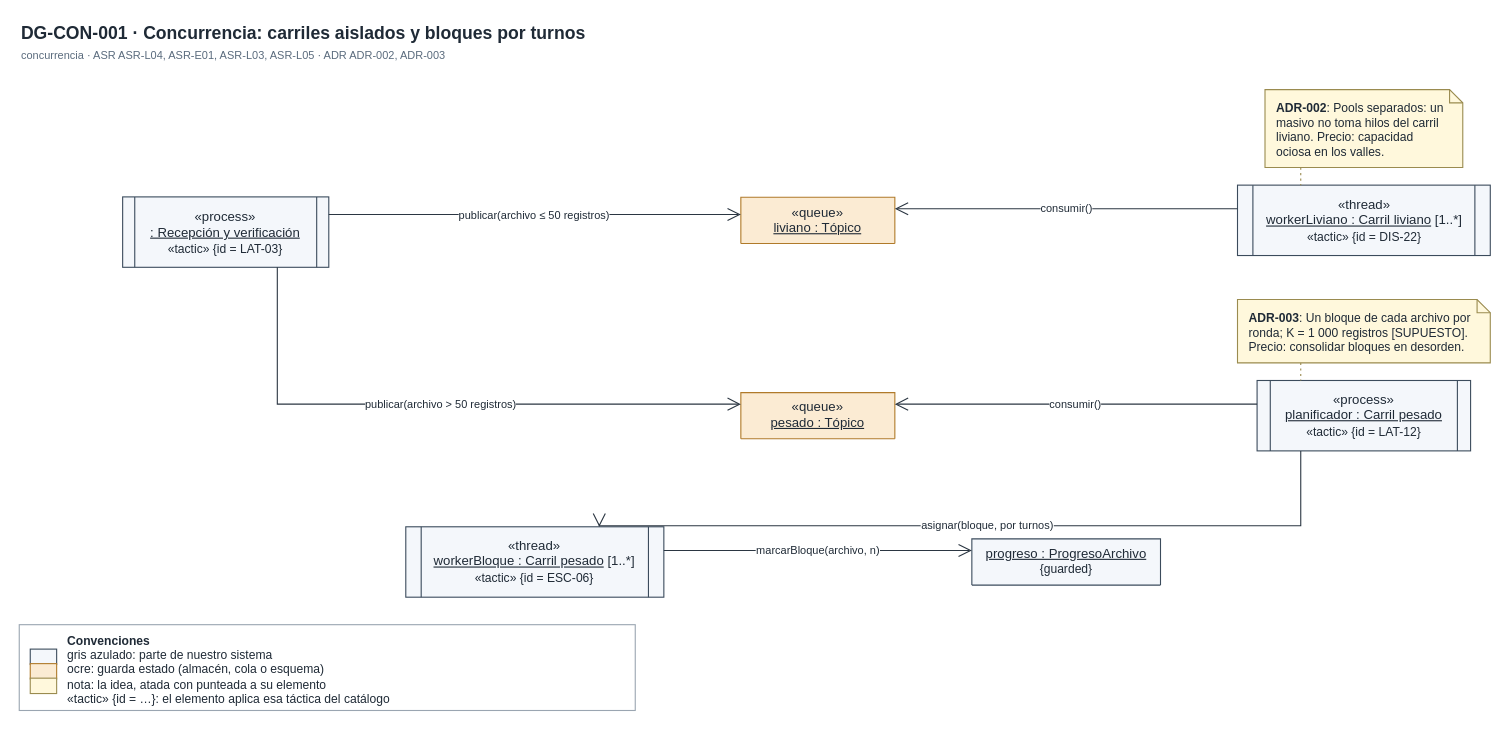
Earlier version of the draw.io diagram page "DG-CON-001 · Carriles y bloques" (4 of 26) of docs/modelos/drawio/orquidea.drawio (MATI-MBIT/arqsoft-reto-4). Source tidied: cells renumbered, new cells numbered last; positions are measured from the earlier drawing's top-left corner, leaving out a move shared by most shapes. Both pictures are drawn from the tidied source at 110%, with x=0, y=0 at pixel (19, 19).
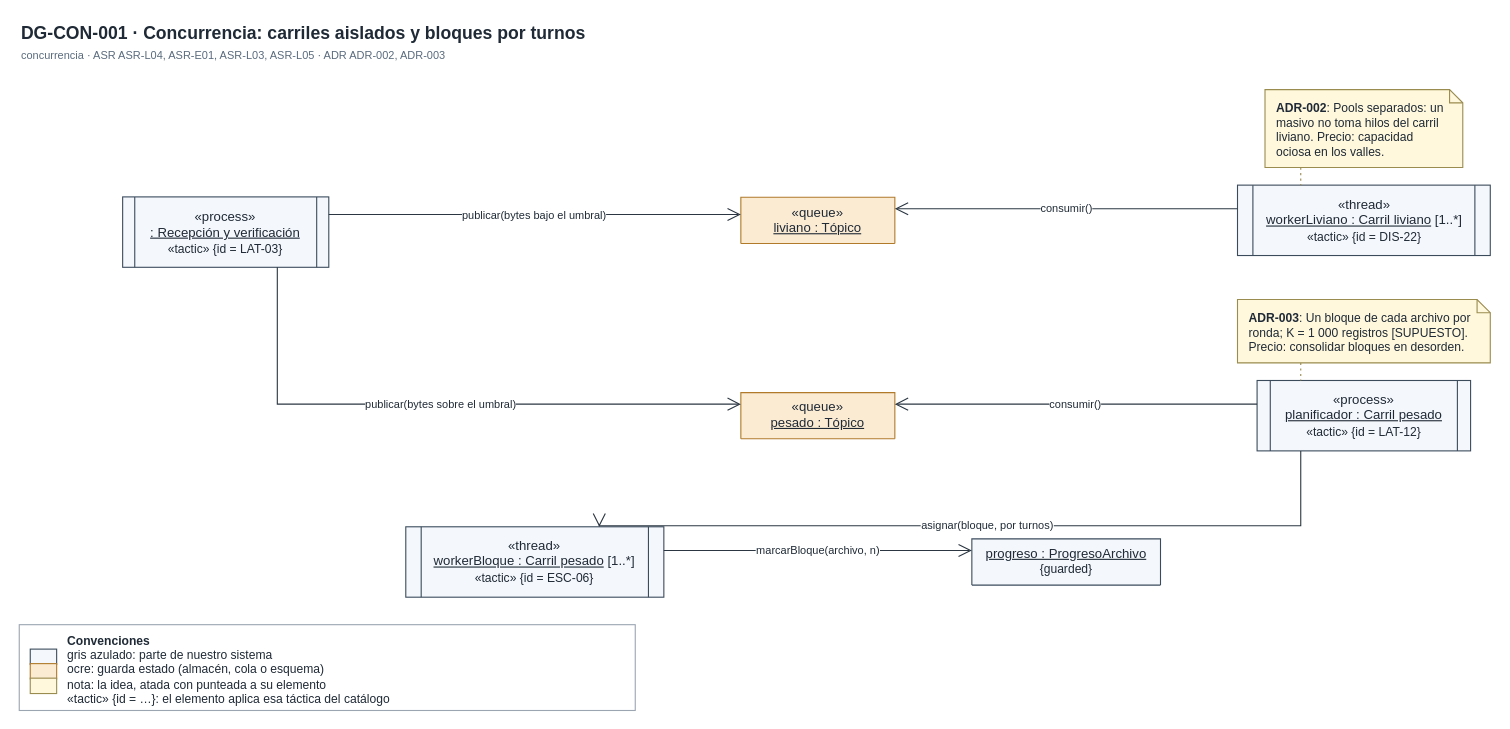
The same diagram, later.

The change refers to these unchanged cells:
```xml
<mxCell id="4" value="«process»&lt;br&gt;&lt;u&gt;: Recepción y verificación&lt;/u&gt;&lt;br&gt;&lt;font style=&quot;font-size:11px&quot;&gt;«tactic» {id = LAT-03}&lt;/font&gt;" style="shape=process;whiteSpace=wrap;html=1;backgroundOutline=1;size=0.06;fontSize=12;estereotipo=process;fillColor=#F4F7FB;strokeColor=#3B4B5C;fila=T1;fontColor=#1F2A36;capa=0;" parent="1" vertex="1">
  <mxGeometry x="94" y="161.5" width="187.4" height="64" as="geometry" />
</mxCell>
<mxCell id="5" value="«queue»&lt;br&gt;&lt;u&gt;liviano : Tópico&lt;/u&gt;" style="swimlane;fontStyle=0;align=center;verticalAlign=top;horizontal=1;startSize=42;whiteSpace=wrap;html=1;fontSize=12;estereotipo=queue;fillColor=#FBEBD3;strokeColor=#B07A2A;fila=T3;fontColor=#1F2A36;" parent="1" vertex="1">
  <mxGeometry x="656" y="161.8" width="140" height="42" as="geometry" />
</mxCell>
<mxCell id="6" value="«queue»&lt;br&gt;&lt;u&gt;pesado : Tópico&lt;/u&gt;" style="swimlane;fontStyle=0;align=center;verticalAlign=top;horizontal=1;startSize=42;whiteSpace=wrap;html=1;fontSize=12;estereotipo=queue;fillColor=#FBEBD3;strokeColor=#B07A2A;fila=T3;fontColor=#1F2A36;" parent="1" vertex="1">
  <mxGeometry x="656" y="339.4" width="140" height="42" as="geometry" />
</mxCell>
```

Diff of the diagram source:
```diff
@@
-    <mxCell id="13" value="publicar(archivo ≤ 50 registros)" style="endArrow=open;endSize=10;html=1;rounded=0;fontSize=10;labelBackgroundColor=#FFFFFF;strokeColor=#2B3642;fontColor=#1F2A36;rel=mensaje;" parent="1" edge="1" source="4" target="5">
+    <mxCell id="13" value="publicar(bytes bajo el umbral)" style="endArrow=open;endSize=10;html=1;rounded=0;fontSize=10;labelBackgroundColor=#FFFFFF;strokeColor=#2B3642;fontColor=#1F2A36;rel=mensaje;" parent="1" edge="1" source="4" target="5">
       <mxGeometry relative="1" as="geometry">
         <Array as="points">
           <mxPoint x="281.4" y="177.5" />
           <mxPoint x="656" y="177.5" />
         </Array>
       </mxGeometry>
     </mxCell>
-    <mxCell id="14" value="publicar(archivo &amp;gt; 50 registros)" style="endArrow=open;endSize=10;html=1;rounded=0;fontSize=10;labelBackgroundColor=#FFFFFF;strokeColor=#2B3642;fontColor=#1F2A36;rel=mensaje;" parent="1" edge="1" source="4" target="6">
+    <mxCell id="14" value="publicar(bytes sobre el umbral)" style="endArrow=open;endSize=10;html=1;rounded=0;fontSize=10;labelBackgroundColor=#FFFFFF;strokeColor=#2B3642;fontColor=#1F2A36;rel=mensaje;" parent="1" edge="1" source="4" target="6">
       <mxGeometry relative="1" as="geometry">
         <Array as="points">
           <mxPoint x="234.6" y="225.5" />
           <mxPoint x="234.6" y="349.9" />
           <mxPoint x="656" y="349.9" />
         </Array>
       </mxGeometry>
     </mxCell>
```
